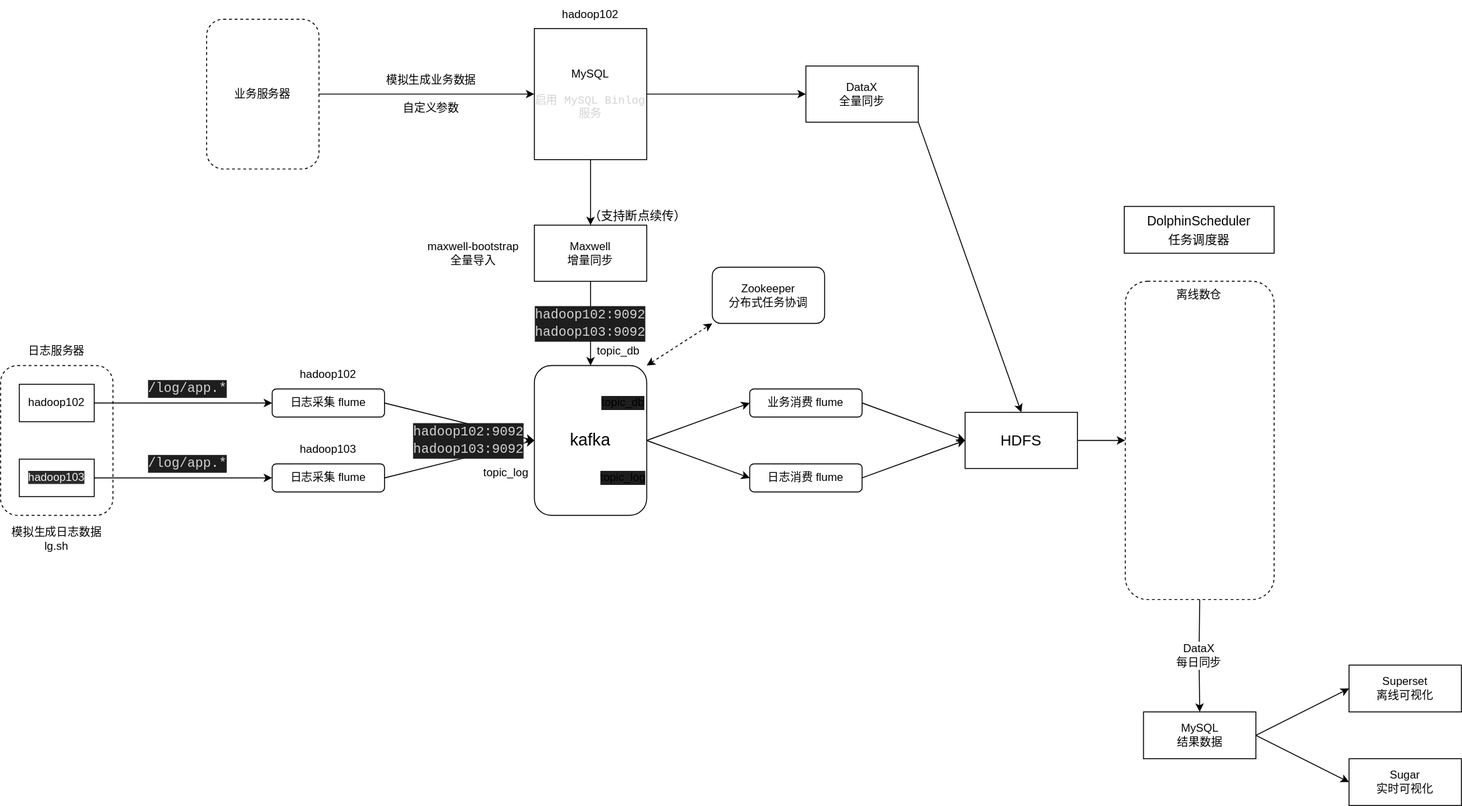
This is 大数据/#框架.drawio.svg from F-91Wpr/Markdown, a draw.io export, as it was before one commit. Source tidied: cells renumbered, new cells last; positions are measured from the earlier drawing's top-left corner, leaving out a move shared by most shapes. Its diagram source:
```xml
<mxGraphModel>
  <root>
    <mxCell id="0" />
    <mxCell id="1" parent="0" />
    <mxCell id="2" style="rounded=1;whiteSpace=wrap;html=1;noLabel=0;comic=0;fixDash=0;absoluteArcSize=0;imageWidth=24;imageVerticalAlign=middle;fillOpacity=100;strokeOpacity=100;dashed=1;" parent="1" vertex="1">
      <mxGeometry y="390" width="120" height="160" as="geometry" />
    </mxCell>
    <mxCell id="3" value="hadoop102" style="rounded=0;whiteSpace=wrap;html=1;" parent="1" vertex="1">
      <mxGeometry x="20" y="410" width="80" height="40" as="geometry" />
    </mxCell>
    <mxCell id="4" value="&lt;span style=&quot;color: rgb(240 , 240 , 240) ; font-family: &amp;#34;helvetica&amp;#34; ; font-size: 12px ; font-style: normal ; font-weight: 400 ; letter-spacing: normal ; text-align: center ; text-indent: 0px ; text-transform: none ; word-spacing: 0px ; background-color: rgb(42 , 42 , 42) ; display: inline ; float: none&quot;&gt;hadoop103&lt;/span&gt;" style="rounded=0;whiteSpace=wrap;html=1;" parent="1" vertex="1">
      <mxGeometry x="20" y="490" width="80" height="40" as="geometry" />
    </mxCell>
    <mxCell id="5" value="模拟生成日志数据&lt;br&gt;lg.sh" style="text;html=1;align=center;verticalAlign=middle;whiteSpace=wrap;rounded=0;comic=0;fillColor=none;" parent="1" vertex="1">
      <mxGeometry y="560" width="120" height="30" as="geometry" />
    </mxCell>
    <mxCell id="6" value="日志服务器" style="text;html=1;align=center;verticalAlign=middle;whiteSpace=wrap;rounded=0;comic=0;fillColor=none;" parent="1" vertex="1">
      <mxGeometry y="360" width="120" height="30" as="geometry" />
    </mxCell>
    <mxCell id="7" style="edgeStyle=none;html=1;exitX=1;exitY=0.5;exitDx=0;exitDy=0;entryX=0;entryY=0.5;entryDx=0;entryDy=0;fontFamily=Helvetica;fontSize=12;" parent="1" edge="1" source="9" target="35">
      <mxGeometry relative="1" as="geometry" />
    </mxCell>
    <mxCell id="8" style="edgeStyle=none;html=1;exitX=1;exitY=0.5;exitDx=0;exitDy=0;entryX=0;entryY=0.5;entryDx=0;entryDy=0;fontFamily=Helvetica;fontSize=12;" parent="1" edge="1" source="9" target="37">
      <mxGeometry relative="1" as="geometry" />
    </mxCell>
    <mxCell id="9" value="&lt;font style=&quot;font-size: 18px&quot;&gt;kafka&lt;/font&gt;" style="rounded=1;whiteSpace=wrap;html=1;comic=0;fillColor=none;" parent="1" vertex="1">
      <mxGeometry x="570" y="390" width="120" height="160" as="geometry" />
    </mxCell>
    <mxCell id="10" value="日志采集 flume" style="rounded=1;whiteSpace=wrap;html=1;comic=0;fillColor=none;" parent="1" vertex="1">
      <mxGeometry x="290" y="415" width="120" height="30" as="geometry" />
    </mxCell>
    <mxCell id="11" value="日志采集 flume" style="rounded=1;whiteSpace=wrap;html=1;comic=0;fillColor=none;" parent="1" vertex="1">
      <mxGeometry x="290" y="495" width="120" height="30" as="geometry" />
    </mxCell>
    <mxCell id="12" style="endArrow=classic;html=1;exitX=1;exitY=0.5;exitDx=0;exitDy=0;entryX=0;entryY=0.5;entryDx=0;entryDy=0;" parent="1" edge="1" source="3" target="10">
      <mxGeometry relative="1" as="geometry" />
    </mxCell>
    <mxCell id="13" style="endArrow=classic;html=1;exitX=1;exitY=0.5;exitDx=0;exitDy=0;entryX=0;entryY=0.5;entryDx=0;entryDy=0;" parent="1" edge="1" source="4" target="11">
      <mxGeometry relative="1" as="geometry" />
    </mxCell>
    <mxCell id="14" style="endArrow=classic;html=1;exitX=1;exitY=0.5;exitDx=0;exitDy=0;entryX=0;entryY=0.5;entryDx=0;entryDy=0;" parent="1" edge="1" source="10" target="9">
      <mxGeometry relative="1" as="geometry" />
    </mxCell>
    <mxCell id="15" style="endArrow=classic;html=1;exitX=1;exitY=0.5;exitDx=0;exitDy=0;entryX=0;entryY=0.5;entryDx=0;entryDy=0;" parent="1" edge="1" source="11" target="9">
      <mxGeometry relative="1" as="geometry" />
    </mxCell>
    <mxCell id="16" value="&lt;span&gt;hadoop102&lt;/span&gt;" style="text;html=1;align=center;verticalAlign=middle;whiteSpace=wrap;rounded=0;comic=0;fillColor=none;" parent="1" vertex="1">
      <mxGeometry x="290" y="385" width="120" height="30" as="geometry" />
    </mxCell>
    <mxCell id="17" value="&lt;span&gt;hadoop103&lt;/span&gt;" style="text;html=1;align=center;verticalAlign=middle;whiteSpace=wrap;rounded=0;comic=0;fillColor=none;" parent="1" vertex="1">
      <mxGeometry x="290" y="465" width="120" height="30" as="geometry" />
    </mxCell>
    <mxCell id="18" value="&#10;&#10;&lt;div style=&quot;color: rgb(212, 212, 212); background-color: rgb(30, 30, 30); font-family: consolas, &amp;quot;courier new&amp;quot;, monospace; font-weight: normal; font-size: 14px; line-height: 19px;&quot;&gt;&lt;div&gt;&lt;span style=&quot;color: #d4d4d4&quot;&gt;/log/app.*&lt;/span&gt;&lt;/div&gt;&lt;/div&gt;&#10;&#10;" style="text;html=1;align=center;verticalAlign=middle;whiteSpace=wrap;rounded=0;comic=0;" parent="1" vertex="1">
      <mxGeometry x="170" y="400" width="60" height="30" as="geometry" />
    </mxCell>
    <mxCell id="19" value="&#10;&#10;&lt;div style=&quot;color: rgb(212, 212, 212); background-color: rgb(30, 30, 30); font-family: consolas, &amp;quot;courier new&amp;quot;, monospace; font-weight: normal; font-size: 14px; line-height: 19px;&quot;&gt;&lt;div&gt;&lt;span style=&quot;color: #d4d4d4&quot;&gt;/log/app.*&lt;/span&gt;&lt;/div&gt;&lt;/div&gt;&#10;&#10;" style="text;html=1;strokeColor=none;fillColor=none;align=center;verticalAlign=middle;whiteSpace=wrap;rounded=0;comic=0;" parent="1" vertex="1">
      <mxGeometry x="170" y="480" width="60" height="30" as="geometry" />
    </mxCell>
    <mxCell id="20" value="topic_log" style="text;html=1;strokeColor=none;fillColor=none;align=center;verticalAlign=middle;whiteSpace=wrap;rounded=0;comic=0;" parent="1" vertex="1">
      <mxGeometry x="510" y="490" width="60" height="30" as="geometry" />
    </mxCell>
    <mxCell id="21" value="业务服务器" style="rounded=1;whiteSpace=wrap;html=1;noLabel=0;comic=0;fixDash=0;portConstraintRotation=0;absoluteArcSize=0;imageWidth=24;imageVerticalAlign=middle;fillOpacity=100;strokeOpacity=100;dashed=1;" parent="1" vertex="1">
      <mxGeometry x="220" y="20" width="120" height="160" as="geometry" />
    </mxCell>
    <mxCell id="22" value="模拟生成业务数据&lt;br&gt;" style="text;html=1;align=center;verticalAlign=middle;whiteSpace=wrap;rounded=0;comic=0;fillColor=none;" parent="1" vertex="1">
      <mxGeometry x="400" y="70" width="120" height="30" as="geometry" />
    </mxCell>
    <mxCell id="23" style="edgeStyle=none;html=1;fontFamily=Helvetica;fontSize=12;" parent="1" edge="1" source="25" target="29">
      <mxGeometry relative="1" as="geometry" />
    </mxCell>
    <mxCell id="24" style="edgeStyle=none;html=1;exitX=1;exitY=0.5;exitDx=0;exitDy=0;entryX=0;entryY=0.5;entryDx=0;entryDy=0;fontFamily=Helvetica;fontSize=12;" parent="1" edge="1" source="25" target="41">
      <mxGeometry relative="1" as="geometry" />
    </mxCell>
    <mxCell id="25" value="&lt;font style=&quot;font-size: 12px&quot;&gt;MySQL&lt;br&gt;&lt;br&gt;&lt;/font&gt;&lt;div style=&quot;color: rgb(212 , 212 , 212) ; font-family: &amp;#34;consolas&amp;#34; , &amp;#34;courier new&amp;#34; , monospace ; line-height: 1.2&quot;&gt;&lt;font style=&quot;font-size: 12px&quot;&gt;启用 MySQL Binlog&amp;nbsp;&lt;/font&gt;&lt;span&gt;服务&lt;/span&gt;&lt;/div&gt;" style="rounded=0;whiteSpace=wrap;html=1;labelBackgroundColor=none;comic=0;fontFamily=Helvetica;fontSize=12;fillColor=none;" parent="1" vertex="1">
      <mxGeometry x="570" y="30" width="120" height="140" as="geometry" />
    </mxCell>
    <mxCell id="26" style="endArrow=classic;html=1;exitX=1;exitY=0.5;exitDx=0;exitDy=0;entryX=0;entryY=0.5;entryDx=0;entryDy=0;" parent="1" edge="1" source="21" target="25">
      <mxGeometry relative="1" as="geometry" />
    </mxCell>
    <mxCell id="27" value="&lt;span&gt;hadoop102&lt;/span&gt;" style="text;html=1;align=center;verticalAlign=middle;whiteSpace=wrap;rounded=0;comic=0;fillColor=none;" parent="1" vertex="1">
      <mxGeometry x="570" width="120" height="30" as="geometry" />
    </mxCell>
    <mxCell id="28" style="edgeStyle=none;html=1;exitX=0.5;exitY=1;exitDx=0;exitDy=0;entryX=0.5;entryY=0;entryDx=0;entryDy=0;fontFamily=Helvetica;fontSize=12;" parent="1" edge="1" source="29" target="9">
      <mxGeometry relative="1" as="geometry" />
    </mxCell>
    <mxCell id="29" value="Maxwell&lt;br&gt;增量同步" style="whiteSpace=wrap;html=1;fillColor=none;rounded=0;labelBackgroundColor=none;comic=0;" parent="1" vertex="1">
      <mxGeometry x="570" y="240" width="120" height="60" as="geometry" />
    </mxCell>
    <mxCell id="30" value="topic_db" style="text;html=1;strokeColor=none;fillColor=none;align=center;verticalAlign=middle;whiteSpace=wrap;rounded=0;comic=0;" parent="1" vertex="1">
      <mxGeometry x="630" y="360" width="60" height="30" as="geometry" />
    </mxCell>
    <mxCell id="31" value="&lt;div style=&quot;color: rgb(212 , 212 , 212) ; background-color: rgb(30 , 30 , 30) ; font-family: &amp;#34;consolas&amp;#34; , &amp;#34;courier new&amp;#34; , monospace ; font-size: 14px ; line-height: 19px&quot;&gt;hadoop102:9092&lt;br&gt;hadoop103:9092&lt;/div&gt;" style="text;html=1;strokeColor=none;fillColor=none;align=center;verticalAlign=middle;whiteSpace=wrap;rounded=0;labelBackgroundColor=none;comic=0;fontFamily=Helvetica;fontSize=12;" parent="1" vertex="1">
      <mxGeometry x="570" y="330" width="120" height="30" as="geometry" />
    </mxCell>
    <mxCell id="32" value="自定义参数" style="text;html=1;align=center;verticalAlign=middle;whiteSpace=wrap;rounded=0;comic=0;fillColor=none;" parent="1" vertex="1">
      <mxGeometry x="400" y="100" width="120" height="30" as="geometry" />
    </mxCell>
    <mxCell id="33" value="&lt;div style=&quot;color: rgb(212 , 212 , 212) ; background-color: rgb(30 , 30 , 30) ; font-family: &amp;#34;consolas&amp;#34; , &amp;#34;courier new&amp;#34; , monospace ; font-size: 14px ; line-height: 19px&quot;&gt;hadoop102:9092&lt;br&gt;hadoop103:9092&lt;/div&gt;" style="text;html=1;strokeColor=none;fillColor=none;align=center;verticalAlign=middle;whiteSpace=wrap;rounded=0;labelBackgroundColor=none;comic=0;fontFamily=Helvetica;fontSize=12;" parent="1" vertex="1">
      <mxGeometry x="440" y="455" width="120" height="30" as="geometry" />
    </mxCell>
    <mxCell id="34" style="edgeStyle=none;html=1;exitX=1;exitY=0.5;exitDx=0;exitDy=0;entryX=0;entryY=0.5;entryDx=0;entryDy=0;fontFamily=Helvetica;fontSize=12;" parent="1" edge="1" source="35" target="39">
      <mxGeometry relative="1" as="geometry" />
    </mxCell>
    <mxCell id="35" value="业务消费 flume" style="rounded=1;whiteSpace=wrap;html=1;comic=0;fillColor=none;" parent="1" vertex="1">
      <mxGeometry x="800" y="415" width="120" height="30" as="geometry" />
    </mxCell>
    <mxCell id="36" style="edgeStyle=none;html=1;exitX=1;exitY=0.5;exitDx=0;exitDy=0;entryX=0;entryY=0.5;entryDx=0;entryDy=0;fontFamily=Helvetica;fontSize=12;" parent="1" edge="1" source="37" target="39">
      <mxGeometry relative="1" as="geometry" />
    </mxCell>
    <mxCell id="37" value="日志消费 flume" style="rounded=1;whiteSpace=wrap;html=1;comic=0;fillColor=none;" parent="1" vertex="1">
      <mxGeometry x="800" y="495" width="120" height="30" as="geometry" />
    </mxCell>
    <mxCell id="38" style="edgeStyle=none;html=1;exitX=1;exitY=0.5;exitDx=0;exitDy=0;entryX=0;entryY=0.5;entryDx=0;entryDy=0;fontFamily=Helvetica;fontSize=12;" parent="1" edge="1" source="39" target="44">
      <mxGeometry relative="1" as="geometry" />
    </mxCell>
    <mxCell id="39" value="&lt;font style=&quot;font-size: 16px&quot;&gt;HDFS&lt;/font&gt;" style="rounded=0;whiteSpace=wrap;html=1;labelBackgroundColor=none;comic=0;fontFamily=Helvetica;fontSize=12;fillColor=none;" parent="1" vertex="1">
      <mxGeometry x="1030" y="440" width="120" height="60" as="geometry" />
    </mxCell>
    <mxCell id="40" style="edgeStyle=none;html=1;exitX=1;exitY=1;exitDx=0;exitDy=0;entryX=0.5;entryY=0;entryDx=0;entryDy=0;fontFamily=Helvetica;fontSize=12;" parent="1" edge="1" source="41" target="39">
      <mxGeometry relative="1" as="geometry" />
    </mxCell>
    <mxCell id="41" value="DataX&lt;br&gt;全量同步" style="rounded=0;whiteSpace=wrap;html=1;labelBackgroundColor=none;comic=0;fontFamily=Helvetica;fontSize=12;fillColor=none;" parent="1" vertex="1">
      <mxGeometry x="860" y="70" width="120" height="60" as="geometry" />
    </mxCell>
    <mxCell id="42" value="Zookeeper&lt;br&gt;分布式任务协调" style="rounded=1;whiteSpace=wrap;html=1;labelBackgroundColor=none;comic=0;fontFamily=Helvetica;fontSize=12;fillColor=none;" parent="1" vertex="1">
      <mxGeometry x="760" y="285" width="120" height="60" as="geometry" />
    </mxCell>
    <mxCell id="43" style="edgeStyle=none;html=1;exitX=0.5;exitY=1;exitDx=0;exitDy=0;entryX=0.5;entryY=0;entryDx=0;entryDy=0;fontFamily=Helvetica;fontSize=12;startArrow=none;" parent="1" edge="1" source="49" target="48">
      <mxGeometry relative="1" as="geometry" />
    </mxCell>
    <mxCell id="44" style="rounded=1;whiteSpace=wrap;html=1;labelBackgroundColor=none;comic=0;fontFamily=Helvetica;fontSize=12;fillColor=none;dashed=1;" parent="1" vertex="1">
      <mxGeometry x="1201" y="300" width="159" height="340" as="geometry" />
    </mxCell>
    <mxCell id="45" value="离线数仓" style="text;html=1;strokeColor=none;fillColor=none;align=center;verticalAlign=middle;whiteSpace=wrap;rounded=0;labelBackgroundColor=none;comic=0;fontFamily=Helvetica;fontSize=12;spacingRight=0;spacingLeft=0;spacingTop=0;spacing=2;" parent="1" vertex="1">
      <mxGeometry x="1220" y="300" width="120" height="30" as="geometry" />
    </mxCell>
    <mxCell id="46" style="edgeStyle=none;html=1;exitX=1;exitY=0.5;exitDx=0;exitDy=0;entryX=0;entryY=0.5;entryDx=0;entryDy=0;fontFamily=Helvetica;fontSize=12;" parent="1" edge="1" source="48" target="51">
      <mxGeometry relative="1" as="geometry" />
    </mxCell>
    <mxCell id="47" style="edgeStyle=none;html=1;exitX=1;exitY=0.5;exitDx=0;exitDy=0;entryX=0;entryY=0.5;entryDx=0;entryDy=0;fontFamily=Helvetica;fontSize=12;" parent="1" edge="1" source="48" target="52">
      <mxGeometry relative="1" as="geometry" />
    </mxCell>
    <mxCell id="48" value="&lt;font style=&quot;font-size: 12px&quot;&gt;MySQL&lt;br&gt;结果数据&lt;br&gt;&lt;/font&gt;" style="rounded=0;whiteSpace=wrap;html=1;labelBackgroundColor=none;comic=0;fontFamily=Helvetica;fontSize=12;fillColor=none;" parent="1" vertex="1">
      <mxGeometry x="1220.5" y="760" width="120" height="50" as="geometry" />
    </mxCell>
    <mxCell id="49" value="DataX&lt;br&gt;每日同步" style="text;html=1;strokeColor=none;fillColor=none;align=center;verticalAlign=middle;whiteSpace=wrap;rounded=0;dashed=1;labelBackgroundColor=none;comic=0;fontFamily=Helvetica;fontSize=12;" parent="1" vertex="1">
      <mxGeometry x="1250" y="685" width="60" height="30" as="geometry" />
    </mxCell>
    <mxCell id="50" style="edgeStyle=none;html=1;exitX=0.5;exitY=1;exitDx=0;exitDy=0;entryX=0.5;entryY=0;entryDx=0;entryDy=0;fontFamily=Helvetica;fontSize=12;endArrow=none;" parent="1" edge="1" source="44" target="49">
      <mxGeometry relative="1" as="geometry" />
    </mxCell>
    <mxCell id="51" value="&lt;font style=&quot;font-size: 12px&quot;&gt;Superset&lt;br&gt;离线可视化&lt;br&gt;&lt;/font&gt;" style="rounded=0;whiteSpace=wrap;html=1;labelBackgroundColor=none;comic=0;fontFamily=Helvetica;fontSize=12;fillColor=none;" parent="1" vertex="1">
      <mxGeometry x="1440" y="710" width="120" height="50" as="geometry" />
    </mxCell>
    <mxCell id="52" value="&lt;font style=&quot;font-size: 12px&quot;&gt;Sugar&lt;br&gt;实时可视化&lt;br&gt;&lt;/font&gt;" style="rounded=0;whiteSpace=wrap;html=1;labelBackgroundColor=none;comic=0;fontFamily=Helvetica;fontSize=12;fillColor=none;" parent="1" vertex="1">
      <mxGeometry x="1440" y="810" width="120" height="50" as="geometry" />
    </mxCell>
    <mxCell id="53" value="topic_db" style="text;html=1;strokeColor=none;fillColor=none;align=center;verticalAlign=middle;whiteSpace=wrap;rounded=0;comic=0;labelBackgroundColor=#1e1e1e;" parent="1" vertex="1">
      <mxGeometry x="645" y="422.5" width="40" height="15" as="geometry" />
    </mxCell>
    <mxCell id="54" value="topic_log" style="text;html=1;strokeColor=none;fillColor=none;align=center;verticalAlign=middle;whiteSpace=wrap;rounded=0;comic=0;labelBackgroundColor=#1e1e1e;" parent="1" vertex="1">
      <mxGeometry x="640" y="502.5" width="50" height="15" as="geometry" />
    </mxCell>
    <mxCell id="55" value="maxwell-bootstrap&lt;br&gt;全量导入" style="text;html=1;align=center;verticalAlign=middle;whiteSpace=wrap;rounded=0;comic=0;fillColor=none;" parent="1" vertex="1">
      <mxGeometry x="440" y="255" width="130" height="30" as="geometry" />
    </mxCell>
    <mxCell id="56" value="&lt;font&gt;&lt;span style=&quot;font-size: 14px&quot;&gt;DolphinScheduler&lt;/span&gt;&lt;br&gt;&lt;font style=&quot;font-size: 13px&quot;&gt;任务调度器&lt;/font&gt;&lt;/font&gt;" style="rounded=0;whiteSpace=wrap;html=1;labelBackgroundColor=none;comic=0;fontFamily=Helvetica;fontSize=16;fillColor=none;" parent="1" vertex="1">
      <mxGeometry x="1200" y="220" width="160" height="50" as="geometry" />
    </mxCell>
    <mxCell id="57" value="（支持断点续传）" style="text;html=1;align=center;verticalAlign=middle;strokeColor=none;fillColor=none;fontSize=13;fontFamily=Helvetica;" parent="1" vertex="1">
      <mxGeometry x="620" y="220" width="120" height="20" as="geometry" />
    </mxCell>
    <mxCell id="58" style="endArrow=classic;startArrow=classic;html=1;fontFamily=Helvetica;fontSize=13;exitX=1;exitY=0;exitDx=0;exitDy=0;entryX=0;entryY=1;entryDx=0;entryDy=0;dashed=1;" parent="1" edge="1" source="9" target="42">
      <mxGeometry relative="1" as="geometry" />
    </mxCell>
  </root>
</mxGraphModel>
```
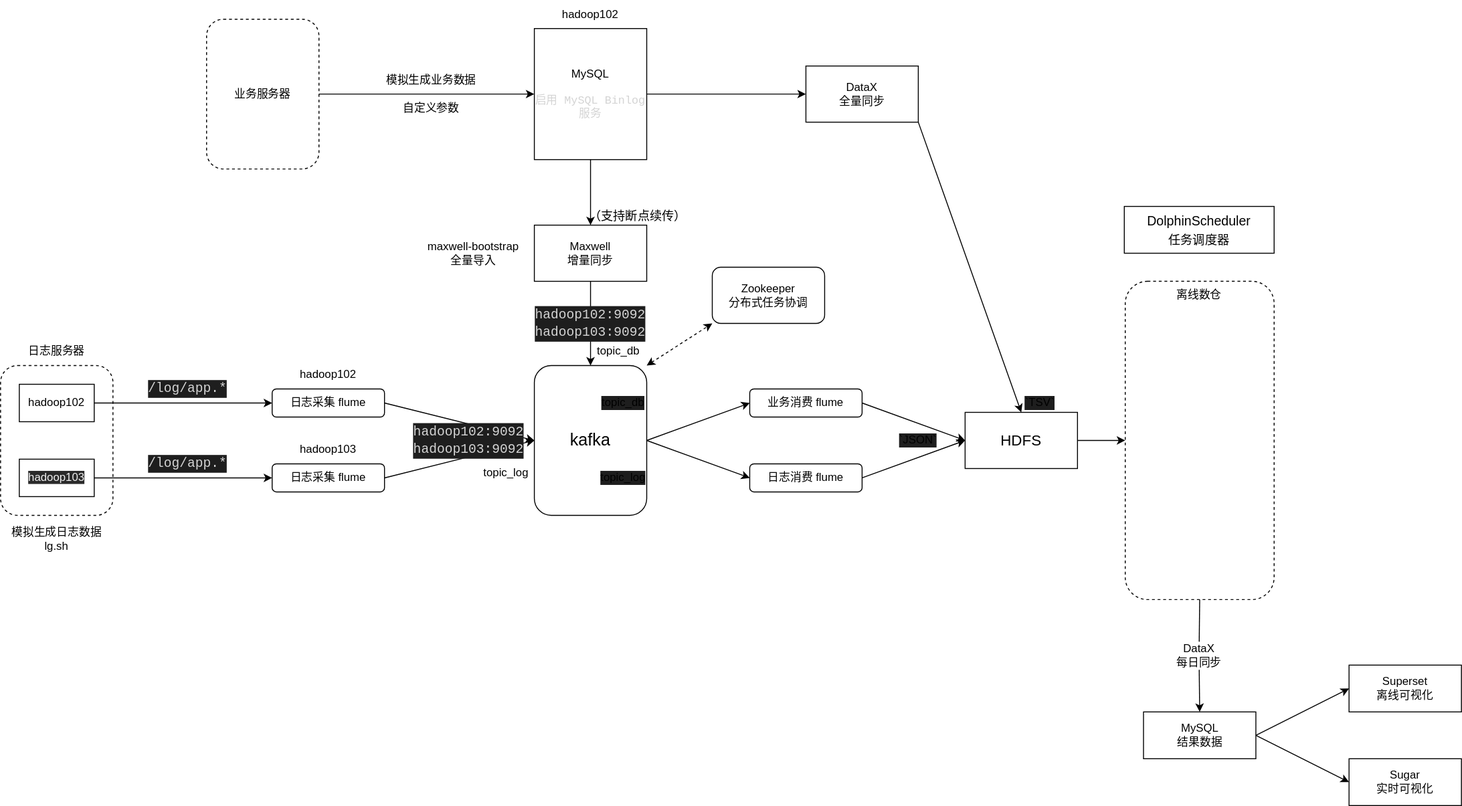
The same file after the commit.

Diff of the diagram source:
```diff
@@ -173,5 +173,11 @@
     <mxCell id="58" style="endArrow=classic;startArrow=classic;html=1;fontFamily=Helvetica;fontSize=13;exitX=1;exitY=0;exitDx=0;exitDy=0;entryX=0;entryY=1;entryDx=0;entryDy=0;dashed=1;" parent="1" edge="1" source="9" target="42">
       <mxGeometry relative="1" as="geometry" />
     </mxCell>
+    <mxCell id="59" value="`TSV`" style="text;html=1;strokeColor=none;fillColor=none;align=center;verticalAlign=middle;whiteSpace=wrap;rounded=0;comic=0;labelBackgroundColor=#1e1e1e;" parent="1" vertex="1">
+      <mxGeometry x="1090" y="422.5" width="40" height="15" as="geometry" />
+    </mxCell>
+    <mxCell id="60" value="`JSON`" style="text;html=1;strokeColor=none;fillColor=none;align=center;verticalAlign=middle;whiteSpace=wrap;rounded=0;comic=0;labelBackgroundColor=#1e1e1e;" parent="1" vertex="1">
+      <mxGeometry x="960" y="462.5" width="40" height="15" as="geometry" />
+    </mxCell>
   </root>
 </mxGraphModel>
```
